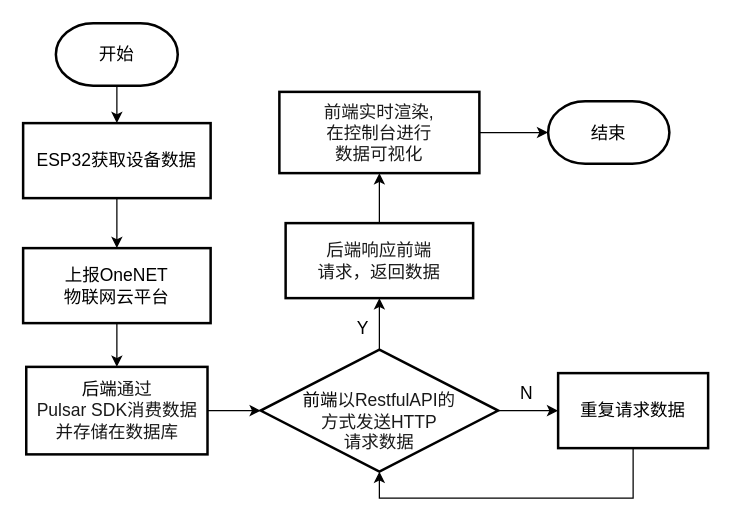
This is 数据可视化.drawio from zhangruyi3906/img, a draw.io file, before an edit. Source tidied: cells renumbered, new cells numbered last; positions are measured from the earlier drawing's top-left corner, leaving out a move shared by most shapes. Both pictures are drawn from the tidied source at 125%, with x=0, y=0 at pixel (22, 22).
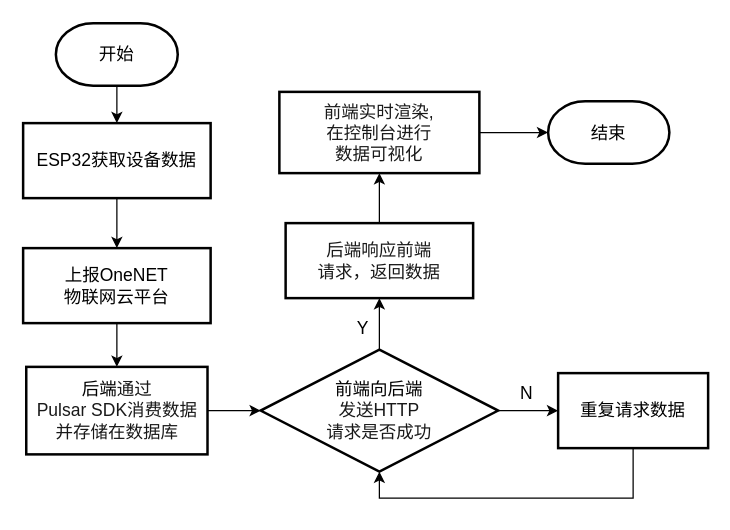
Above is the later version.

Commit message:
更新数据可视化.drawio

Change to the diagram source:
```diff
@@
-    <mxCell id="13" value="&lt;div&gt;&lt;span style=&quot;background-color: transparent; color: light-dark(rgb(0, 0, 0), rgb(255, 255, 255));&quot;&gt;&lt;font style=&quot;font-size: 14px;&quot;&gt;&lt;br&gt;&lt;/font&gt;&lt;/span&gt;&lt;/div&gt;&lt;div&gt;&lt;font style=&quot;font-size: 14px;&quot;&gt;&lt;span style=&quot;background-color: transparent; color: light-dark(rgb(0, 0, 0), rgb(255, 255, 255));&quot;&gt;前端&lt;/span&gt;&lt;span style=&quot;white-space-collapse: preserve; color: rgba(0, 0, 0, 0.9); text-align: left; background-color: rgb(255, 255, 255);&quot;&gt;以&lt;/span&gt;&lt;span style=&quot;white-space-collapse: preserve; color: rgba(0, 0, 0, 0.9); text-align: left; background-color: rgb(255, 255, 255);&quot;&gt;&lt;font face=&quot;Helvetica&quot;&gt;RestfulAPI&lt;/font&gt;&lt;/span&gt;&lt;span style=&quot;white-space-collapse: preserve; color: rgba(0, 0, 0, 0.9); text-align: left; background-color: rgb(255, 255, 255);&quot;&gt;的&lt;/span&gt;&lt;/font&gt;&lt;/div&gt;&lt;div&gt;&lt;font style=&quot;font-size: 14px;&quot;&gt;&lt;span style=&quot;color: rgba(0, 0, 0, 0.9); text-align: left; white-space-collapse: preserve; background-color: rgb(255, 255, 255);&quot;&gt;方式发送&lt;/span&gt;&lt;span style=&quot;color: rgba(0, 0, 0, 0.9); text-align: left; white-space-collapse: preserve; background-color: rgb(255, 255, 255);&quot;&gt;&lt;font face=&quot;Helvetica&quot;&gt;HTTP&lt;/font&gt;&lt;/span&gt;&lt;/font&gt;&lt;/div&gt;&lt;div&gt;&lt;font style=&quot;font-size: 14px;&quot;&gt;&lt;font style=&quot;&quot;&gt;&lt;span style=&quot;color: rgba(0, 0, 0, 0.9); text-align: left; white-space-collapse: preserve; background-color: rgb(255, 255, 255);&quot;&gt;请求&lt;/span&gt;&lt;/font&gt;&lt;span style=&quot;background-color: light-dark(rgb(255, 255, 255), rgb(18, 18, 18)); color: light-dark(rgba(0, 0, 0, 0.9), rgb(237, 237, 237)); text-align: left; white-space-collapse: preserve;&quot;&gt;数据&lt;/span&gt;&lt;/font&gt;&lt;/div&gt;" style="rhombus;whiteSpace=wrap;html=1;strokeWidth=2;labelBackgroundColor=none;" parent="1" vertex="1">
+    <mxCell id="13" value="&lt;div&gt;&lt;span style=&quot;background-color: transparent; color: light-dark(rgb(0, 0, 0), rgb(255, 255, 255)); font-size: 14px;&quot;&gt;前端向后端&lt;/span&gt;&lt;/div&gt;&lt;div&gt;&lt;span style=&quot;font-size: 14px; white-space-collapse: preserve; color: rgba(0, 0, 0, 0.9); text-align: left; background-color: rgb(255, 255, 255);&quot;&gt;发送&lt;/span&gt;&lt;span style=&quot;font-size: 14px; white-space-collapse: preserve; color: rgba(0, 0, 0, 0.9); text-align: left; background-color: rgb(255, 255, 255);&quot;&gt;&lt;font face=&quot;Helvetica&quot;&gt;HTTP&lt;/font&gt;&lt;/span&gt;&lt;/div&gt;&lt;div&gt;&lt;font style=&quot;font-size: 14px;&quot;&gt;&lt;font style=&quot;&quot;&gt;&lt;span style=&quot;color: rgba(0, 0, 0, 0.9); text-align: left; white-space-collapse: preserve; background-color: rgb(255, 255, 255);&quot;&gt;请求是否成功&lt;/span&gt;&lt;/font&gt;&lt;/font&gt;&lt;/div&gt;" style="rhombus;whiteSpace=wrap;html=1;strokeWidth=2;labelBackgroundColor=none;" parent="1" vertex="1">
       <mxGeometry x="190" y="261.2" width="190" height="97.5" as="geometry" />
     </mxCell>
```
